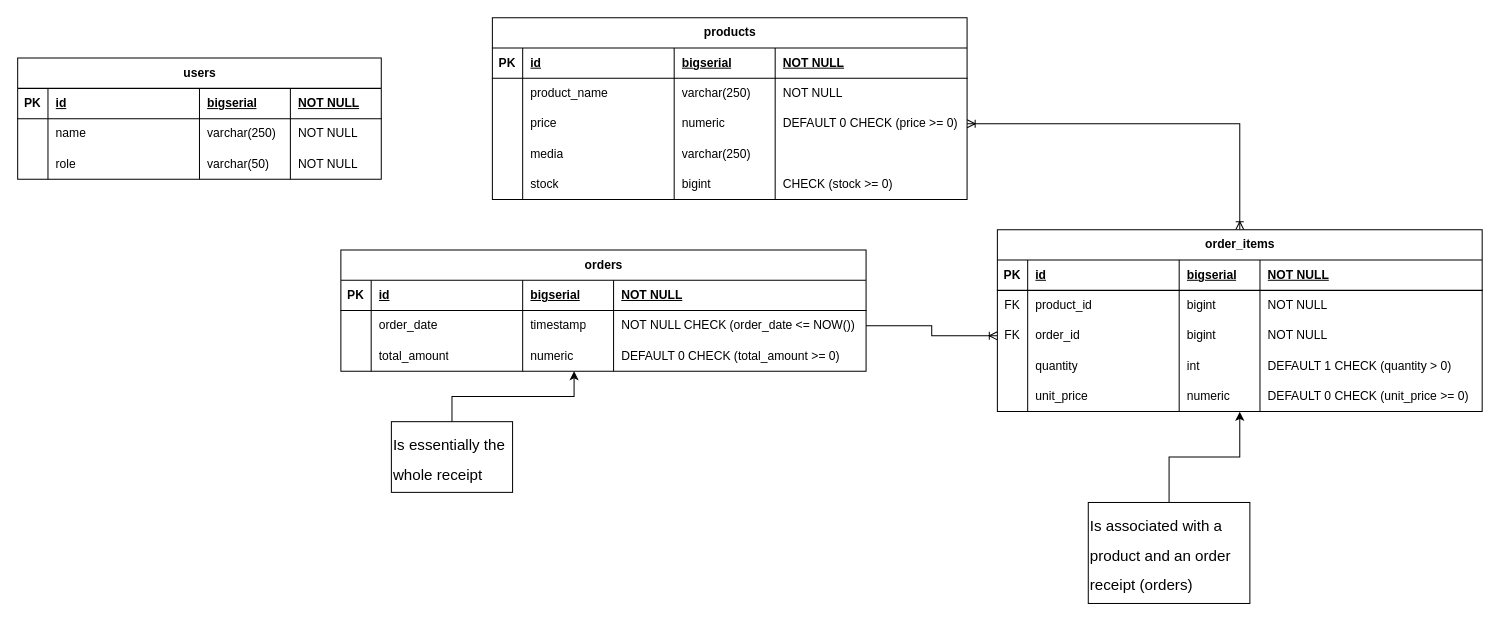
Before: docs/diagrams/Entity-Relationship-Diagram.drawio in Scrappyz/Sari-Sari, a draw.io diagram. Source tidied: cells renumbered, new cells numbered last; positions are measured from the earlier drawing's top-left corner, leaving out a move shared by most shapes. Both pictures are drawn from the tidied source at 101%, with x=0, y=0 at pixel (17, 17).
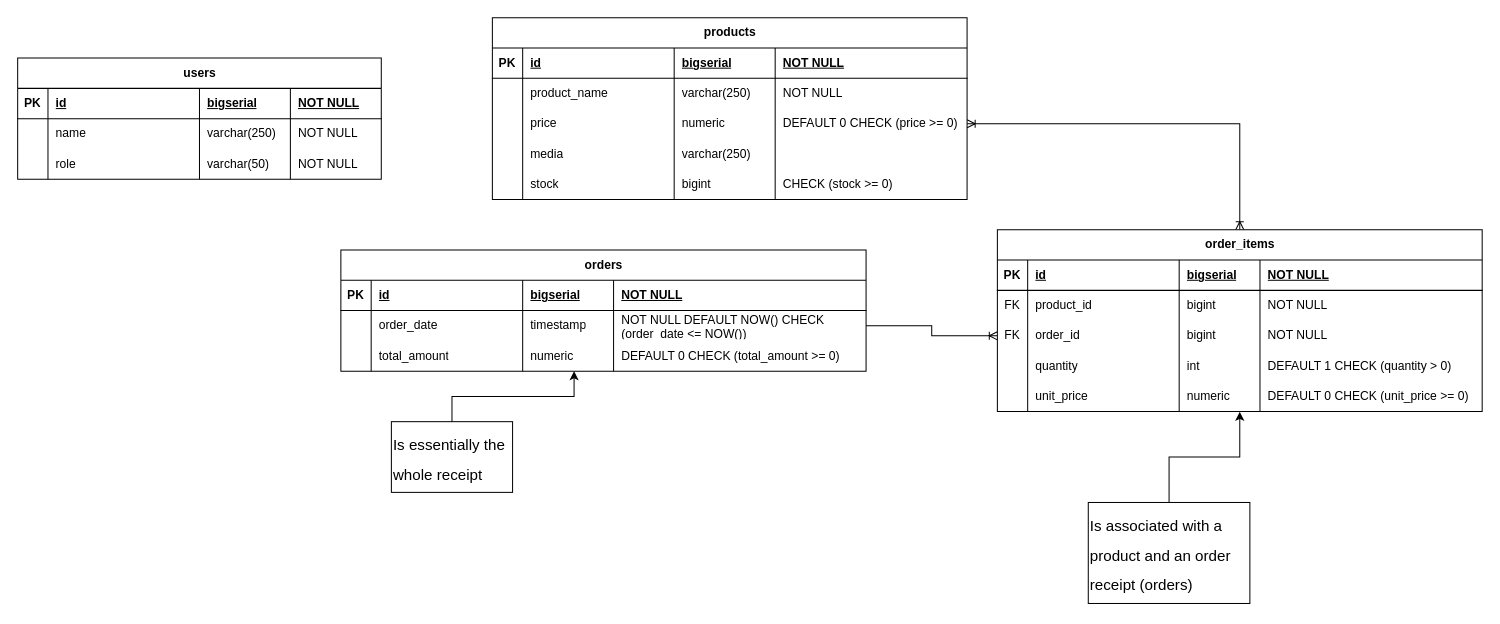
The same diagram, later.

Unchanged cells that the change refers to:
```xml
<mxCell id="35" style="shape=tableRow;horizontal=0;startSize=0;swimlaneHead=0;swimlaneBody=0;fillColor=none;points=[[0,0.5],[1,0.5]];portConstraint=eastwest;top=0;left=0;right=0;bottom=0;" parent="29" vertex="1">
  <mxGeometry y="60" width="520" height="30" as="geometry" />
</mxCell>
```

The edit, as a diff of the source:
```diff
@@
-    <mxCell id="39" value="NOT NULL CHECK (order_date &amp;lt;= NOW())" style="shape=partialRectangle;fillColor=none;top=0;left=0;bottom=0;right=0;align=left;spacingLeft=6;overflow=hidden;whiteSpace=wrap;html=1;" parent="35" vertex="1">
+    <mxCell id="39" value="NOT NULL DEFAULT NOW() CHECK (order_date &amp;lt;= NOW())" style="shape=partialRectangle;fillColor=none;top=0;left=0;bottom=0;right=0;align=left;spacingLeft=6;overflow=hidden;whiteSpace=wrap;html=1;" parent="35" vertex="1">
       <mxGeometry x="270" width="250" height="30" as="geometry" />
     </mxCell>
```
